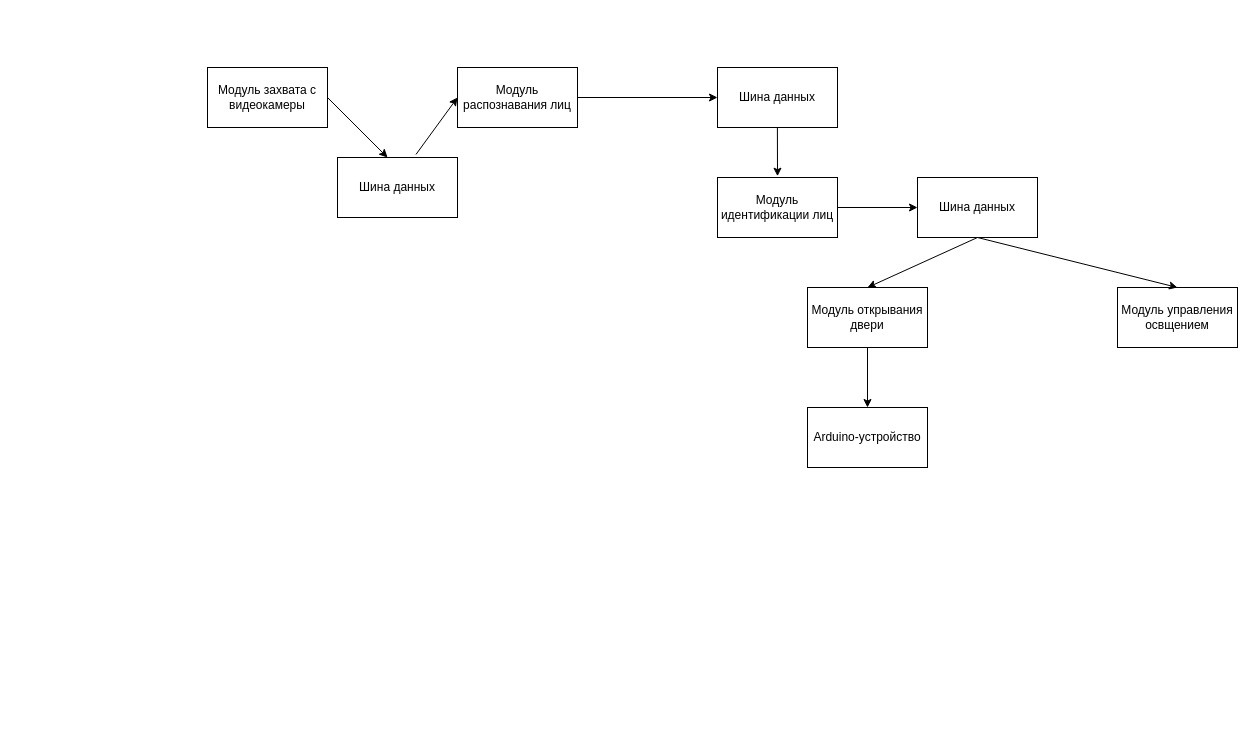
Earlier version of the draw.io diagram data/diagrams/face_detection_system_structure.drawio (InteroperGit/rylovo_automation). Source tidied: cells renumbered, new cells numbered last; positions are measured from the earlier drawing's top-left corner, leaving out a move shared by most shapes. Both pictures are drawn from the tidied source at 100%, with x=0, y=0 at pixel (207, 67).
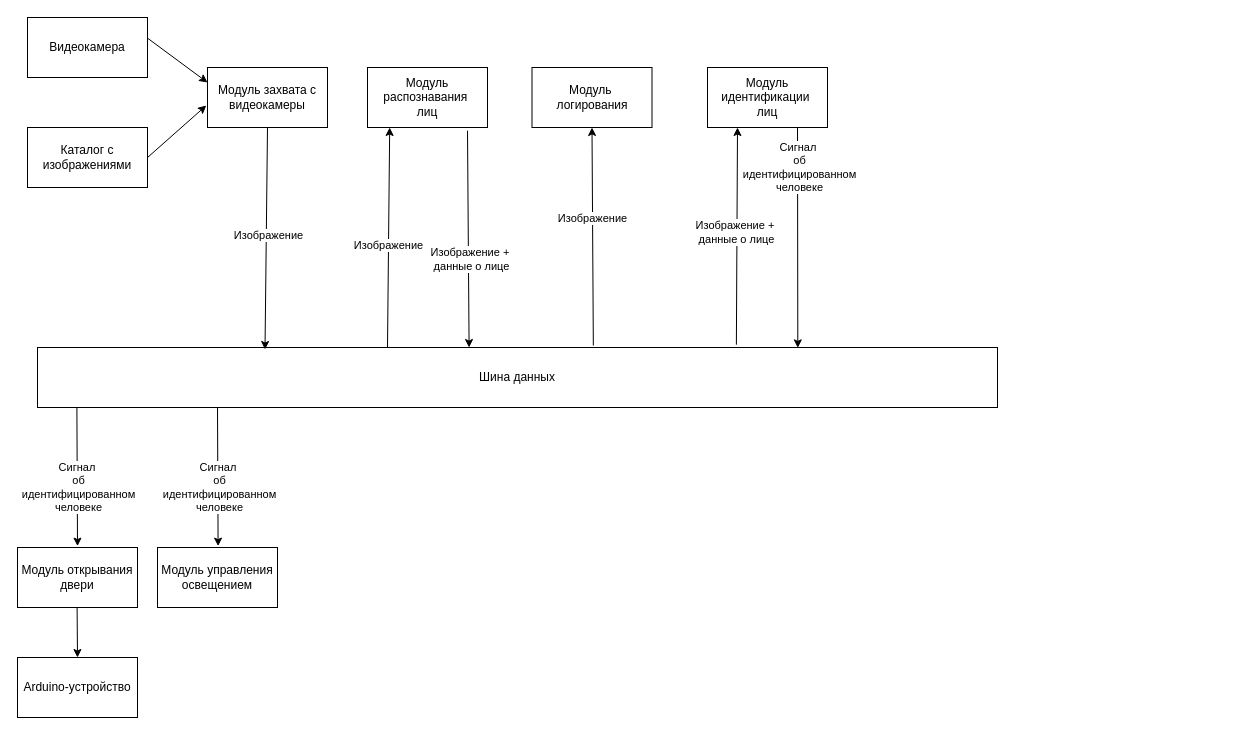
The same diagram, later.

Commit message:
[Feature] Impove system diagram

The change refers to these unchanged cells:
```xml
<mxCell id="2" value="Модуль захвата с видеокамеры" style="rounded=0;whiteSpace=wrap;html=1;" parent="1" vertex="1">
  <mxGeometry width="120" height="60" as="geometry" />
</mxCell>
```

Change to the diagram source:
```diff
@@
-    <mxCell id="3" value="Модуль распознавания лиц" style="rounded=0;whiteSpace=wrap;html=1;" parent="1" vertex="1">
-      <mxGeometry x="250" width="120" height="60" as="geometry" />
+    <mxCell id="3" value="Модуль распознавания&amp;nbsp;&lt;div&gt;лиц&lt;/div&gt;" style="rounded=0;whiteSpace=wrap;html=1;" parent="1" vertex="1">
+      <mxGeometry x="160" width="120" height="60" as="geometry" />
     </mxCell>
-    <mxCell id="4" value="Шина данных" style="rounded=0;whiteSpace=wrap;html=1;" parent="1" vertex="1">
-      <mxGeometry x="510" width="120" height="60" as="geometry" />
-    </mxCell>
-    <mxCell id="5" style="endArrow=classic;html=1;rounded=0;exitX=0.5;exitY=1;exitDx=0;exitDy=0;entryX=0.5;entryY=0;entryDx=0;entryDy=0;" parent="1" edge="1" source="7" target="8">
-      <mxGeometry relative="1" as="geometry" />
-    </mxCell>
-    <mxCell id="6" style="endArrow=classic;html=1;rounded=0;entryX=0;entryY=0.5;entryDx=0;entryDy=0;exitX=1;exitY=0.5;exitDx=0;exitDy=0;" parent="1" edge="1" source="3" target="4">
+    <mxCell id="6" style="endArrow=classic;html=1;rounded=0;entryX=0.25;entryY=1;entryDx=0;entryDy=0;exitX=0.728;exitY=-0.047;exitDx=0;exitDy=0;exitPerimeter=0;" parent="1" edge="1" source="28" target="15">
       <mxGeometry relative="1" as="geometry" />
     </mxCell>
+    <mxCell id="19" value="Изображение +&amp;nbsp;&lt;div&gt;данные о лице&lt;/div&gt;" style="edgeLabel;html=1;align=center;verticalAlign=middle;" parent="6" vertex="1">
+      <mxGeometry x="0.04" y="1" relative="1" as="geometry" />
+    </mxCell>
     <mxCell id="7" value="Модуль открывания двери" style="rounded=0;whiteSpace=wrap;html=1;" parent="1" vertex="1">
-      <mxGeometry x="600" y="220" width="120" height="60" as="geometry" />
+      <mxGeometry x="-190" y="480" width="120" height="60" as="geometry" />
     </mxCell>
     <mxCell id="8" value="Arduino-устройство" style="rounded=0;whiteSpace=wrap;html=1;" parent="1" vertex="1">
-      <mxGeometry x="600" y="340" width="120" height="60" as="geometry" />
+      <mxGeometry x="-190" y="590" width="120" height="60" as="geometry" />
     </mxCell>
-    <mxCell id="9" value="Модуль управления освщением" style="rounded=0;whiteSpace=wrap;html=1;" parent="1" vertex="1">
-      <mxGeometry x="910" y="220" width="120" height="60" as="geometry" />
+    <mxCell id="9" value="Модуль управления освещением" style="rounded=0;whiteSpace=wrap;html=1;" parent="1" vertex="1">
+      <mxGeometry x="-50" y="480" width="120" height="60" as="geometry" />
     </mxCell>
-    <mxCell id="10" style="endArrow=classic;html=1;rounded=0;entryX=0.5;entryY=0;entryDx=0;entryDy=0;exitX=0.5;exitY=1;exitDx=0;exitDy=0;" parent="1" edge="1" target="7">
-      <mxGeometry relative="1" as="geometry">
-        <mxPoint x="770" y="170" as="sourcePoint" />
-      </mxGeometry>
-    </mxCell>
-    <mxCell id="11" style="endArrow=classic;html=1;rounded=0;entryX=0.5;entryY=0;entryDx=0;entryDy=0;exitX=0.5;exitY=1;exitDx=0;exitDy=0;" parent="1" edge="1" target="9">
-      <mxGeometry relative="1" as="geometry">
-        <mxPoint x="770" y="170" as="sourcePoint" />
-      </mxGeometry>
-    </mxCell>
-    <mxCell id="12" style="endArrow=classic;html=1;rounded=0;exitX=1;exitY=0.5;exitDx=0;exitDy=0;entryX=0.417;entryY=0;entryDx=0;entryDy=0;entryPerimeter=0;" parent="1" edge="1" source="2" target="13">
-      <mxGeometry relative="1" as="geometry" />
-    </mxCell>
-    <mxCell id="13" value="Шина данных" style="rounded=0;whiteSpace=wrap;html=1;" parent="1" vertex="1">
-      <mxGeometry x="130" y="90" width="120" height="60" as="geometry" />
-    </mxCell>
-    <mxCell id="14" style="endArrow=classic;html=1;rounded=0;exitX=0.654;exitY=-0.051;exitDx=0;exitDy=0;entryX=0;entryY=0.5;entryDx=0;entryDy=0;exitPerimeter=0;" parent="1" edge="1" source="13" target="3">
-      <mxGeometry relative="1" as="geometry" />
+    <mxCell id="14" style="endArrow=classic;html=1;rounded=0;entryX=0.5;entryY=1;entryDx=0;entryDy=0;exitX=0.404;exitY=-0.007;exitDx=0;exitDy=0;exitPerimeter=0;" parent="1" edge="1">
+      <mxGeometry relative="1" as="geometry">
+        <mxPoint x="180" y="279.6" as="sourcePoint" />
+        <mxPoint x="182.2" y="60" as="targetPoint" />
+      </mxGeometry>
     </mxCell>
+    <mxCell id="20" value="Изображение" style="edgeLabel;html=1;align=center;verticalAlign=middle;" parent="14" vertex="1">
+      <mxGeometry x="-0.07" y="1" relative="1" as="geometry" />
+    </mxCell>
-    <mxCell id="15" value="Модуль идентификации лиц" style="rounded=0;whiteSpace=wrap;html=1;" parent="1" vertex="1">
-      <mxGeometry x="510" y="110" width="120" height="60" as="geometry" />
+    <mxCell id="15" value="Модуль идентификации&amp;nbsp;&lt;div&gt;лиц&lt;/div&gt;" style="rounded=0;whiteSpace=wrap;html=1;" parent="1" vertex="1">
+      <mxGeometry x="500" width="120" height="60" as="geometry" />
     </mxCell>
-    <mxCell id="16" style="endArrow=classic;html=1;rounded=0;entryX=0.427;entryY=-0.02;entryDx=0;entryDy=0;exitX=0.426;exitY=1.002;exitDx=0;exitDy=0;entryPerimeter=0;exitPerimeter=0;" parent="1" edge="1">
-      <mxGeometry relative="1" as="geometry">
-        <mxPoint x="569.9" y="60" as="sourcePoint" />
-        <mxPoint x="570" y="108.7" as="targetPoint" />
-      </mxGeometry>
-    </mxCell>
-    <mxCell id="17" value="Шина данных" style="rounded=0;whiteSpace=wrap;html=1;" parent="1" vertex="1">
-      <mxGeometry x="710" y="110" width="120" height="60" as="geometry" />
-    </mxCell>
-    <mxCell id="18" style="endArrow=classic;html=1;rounded=0;entryX=0;entryY=0.5;entryDx=0;entryDy=0;exitX=1;exitY=0.5;exitDx=0;exitDy=0;" parent="1" edge="1" source="15" target="17">
-      <mxGeometry relative="1" as="geometry" />
-    </mxCell>
+    <mxCell id="21" value="Видеокамера" style="rounded=0;whiteSpace=wrap;html=1;" parent="1" vertex="1">
+      <mxGeometry x="-180" y="-50" width="120" height="60" as="geometry" />
+    </mxCell>
+    <mxCell id="22" value="Каталог с изображениями" style="rounded=0;whiteSpace=wrap;html=1;" parent="1" vertex="1">
+      <mxGeometry x="-180" y="60" width="120" height="60" as="geometry" />
+    </mxCell>
+    <mxCell id="23" style="endArrow=classic;html=1;rounded=0;entryX=0;entryY=0.25;entryDx=0;entryDy=0;exitX=1;exitY=0.344;exitDx=0;exitDy=0;exitPerimeter=0;" parent="1" edge="1" source="21" target="2">
+      <mxGeometry relative="1" as="geometry" />
+    </mxCell>
+    <mxCell id="24" style="endArrow=classic;html=1;rounded=0;exitX=1;exitY=0.5;exitDx=0;exitDy=0;entryX=-0.01;entryY=0.633;entryDx=0;entryDy=0;entryPerimeter=0;" parent="1" edge="1" source="22" target="2">
+      <mxGeometry relative="1" as="geometry" />
+    </mxCell>
+    <mxCell id="25" value="Модуль&amp;nbsp;&lt;div&gt;логирования&lt;/div&gt;" style="rounded=0;whiteSpace=wrap;html=1;" parent="1" vertex="1">
+      <mxGeometry x="324.5" width="120" height="60" as="geometry" />
+    </mxCell>
+    <mxCell id="26" style="endArrow=classic;html=1;rounded=0;entryX=0.5;entryY=1;entryDx=0;entryDy=0;exitX=0.579;exitY=-0.033;exitDx=0;exitDy=0;exitPerimeter=0;" parent="1" edge="1" source="28" target="25">
+      <mxGeometry relative="1" as="geometry" />
+    </mxCell>
+    <mxCell id="27" value="Изображение" style="edgeLabel;html=1;align=center;verticalAlign=middle;" parent="26" vertex="1">
+      <mxGeometry x="0.17" relative="1" as="geometry">
+        <mxPoint x="-1" as="offset" />
+      </mxGeometry>
+    </mxCell>
+    <mxCell id="28" value="Шина данных" style="rounded=0;whiteSpace=wrap;html=1;" parent="1" vertex="1">
+      <mxGeometry x="-170" y="280" width="960" height="60" as="geometry" />
+    </mxCell>
+    <mxCell id="29" style="endArrow=classic;html=1;rounded=0;exitX=0.5;exitY=1;exitDx=0;exitDy=0;entryX=0.237;entryY=0.033;entryDx=0;entryDy=0;entryPerimeter=0;" parent="1" edge="1" source="2" target="28">
+      <mxGeometry relative="1" as="geometry" />
+    </mxCell>
+    <mxCell id="30" value="Изображение" style="edgeLabel;html=1;align=center;verticalAlign=middle;" parent="29" vertex="1">
+      <mxGeometry x="-0.04" y="2" relative="1" as="geometry" />
+    </mxCell>
+    <mxCell id="31" style="endArrow=classic;html=1;rounded=0;entryX=0.43;entryY=-0.007;entryDx=0;entryDy=0;exitX=0.677;exitY=1.047;exitDx=0;exitDy=0;exitPerimeter=0;entryPerimeter=0;" parent="1" edge="1">
+      <mxGeometry relative="1" as="geometry">
+        <mxPoint x="260" y="63.2" as="sourcePoint" />
+        <mxPoint x="261.6" y="280" as="targetPoint" />
+      </mxGeometry>
+    </mxCell>
+    <mxCell id="32" value="Изображение +&amp;nbsp;&lt;div&gt;данные о лице&lt;/div&gt;" style="edgeLabel;html=1;align=center;verticalAlign=middle;" parent="31" vertex="1">
+      <mxGeometry x="0.18" y="3" relative="1" as="geometry" />
+    </mxCell>
+    <mxCell id="33" style="endArrow=classic;html=1;rounded=0;exitX=0.75;exitY=1;exitDx=0;exitDy=0;entryX=0.792;entryY=0.006;entryDx=0;entryDy=0;entryPerimeter=0;" parent="1" edge="1" source="15" target="28">
+      <mxGeometry relative="1" as="geometry" />
+    </mxCell>
+    <mxCell id="34" value="Сигнал&amp;nbsp;&lt;div&gt;об&lt;/div&gt;&lt;div&gt;идентифицированном&lt;/div&gt;&lt;div&gt;человеке&lt;/div&gt;" style="edgeLabel;html=1;align=center;verticalAlign=middle;" parent="33" vertex="1">
+      <mxGeometry x="-0.64" y="1" relative="1" as="geometry" />
+    </mxCell>
+    <mxCell id="35" style="endArrow=classic;html=1;rounded=0;exitX=0.041;exitY=1.023;exitDx=0;exitDy=0;exitPerimeter=0;" parent="1" edge="1">
+      <mxGeometry relative="1" as="geometry">
+        <mxPoint x="-130.6" y="340" as="sourcePoint" />
+        <mxPoint x="-130" y="478.6" as="targetPoint" />
+      </mxGeometry>
+    </mxCell>
+    <mxCell id="36" value="Сигнал&amp;nbsp;&lt;div&gt;об&lt;/div&gt;&lt;div&gt;идентифицированном&lt;/div&gt;&lt;div&gt;человеке&lt;/div&gt;" style="edgeLabel;html=1;align=center;verticalAlign=middle;" parent="35" vertex="1">
+      <mxGeometry x="-0.64" y="1" relative="1" as="geometry">
+        <mxPoint y="55" as="offset" />
+      </mxGeometry>
+    </mxCell>
+    <mxCell id="37" style="endArrow=classic;html=1;rounded=0;exitX=0.041;exitY=1.023;exitDx=0;exitDy=0;exitPerimeter=0;" parent="1" edge="1">
+      <mxGeometry relative="1" as="geometry">
+        <mxPoint x="10" y="340" as="sourcePoint" />
+        <mxPoint x="10.6" y="478.6" as="targetPoint" />
+      </mxGeometry>
+    </mxCell>
+    <mxCell id="38" value="Сигнал&amp;nbsp;&lt;div&gt;об&lt;/div&gt;&lt;div&gt;идентифицированном&lt;/div&gt;&lt;div&gt;человеке&lt;/div&gt;" style="edgeLabel;html=1;align=center;verticalAlign=middle;" parent="37" vertex="1">
+      <mxGeometry x="-0.64" y="1" relative="1" as="geometry">
+        <mxPoint y="55" as="offset" />
+      </mxGeometry>
+    </mxCell>
+    <mxCell id="39" style="endArrow=classic;html=1;rounded=0;exitX=0.041;exitY=1.023;exitDx=0;exitDy=0;exitPerimeter=0;" parent="1" edge="1">
+      <mxGeometry relative="1" as="geometry">
+        <mxPoint x="-130.4" y="540" as="sourcePoint" />
+        <mxPoint x="-130" y="590" as="targetPoint" />
+      </mxGeometry>
+    </mxCell>
```
